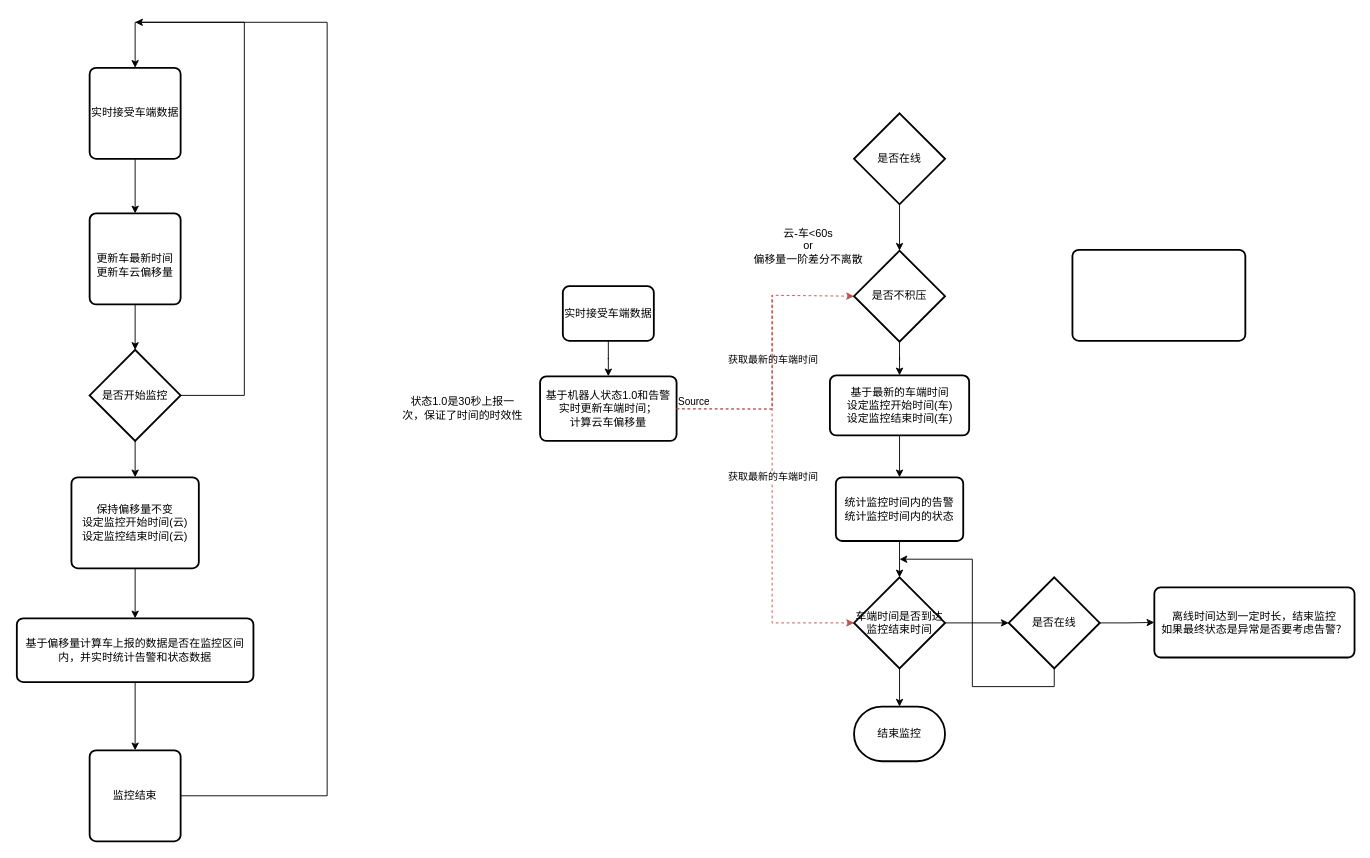
Before: 监控流程图.drawio in stgztsw/diagrams, a draw.io diagram. Source tidied: cells renumbered, new cells numbered last; positions are measured from the earlier drawing's top-left corner, leaving out a move shared by most shapes. Both pictures are drawn from the tidied source at 91%, with x=0, y=0 at pixel (16, 22).
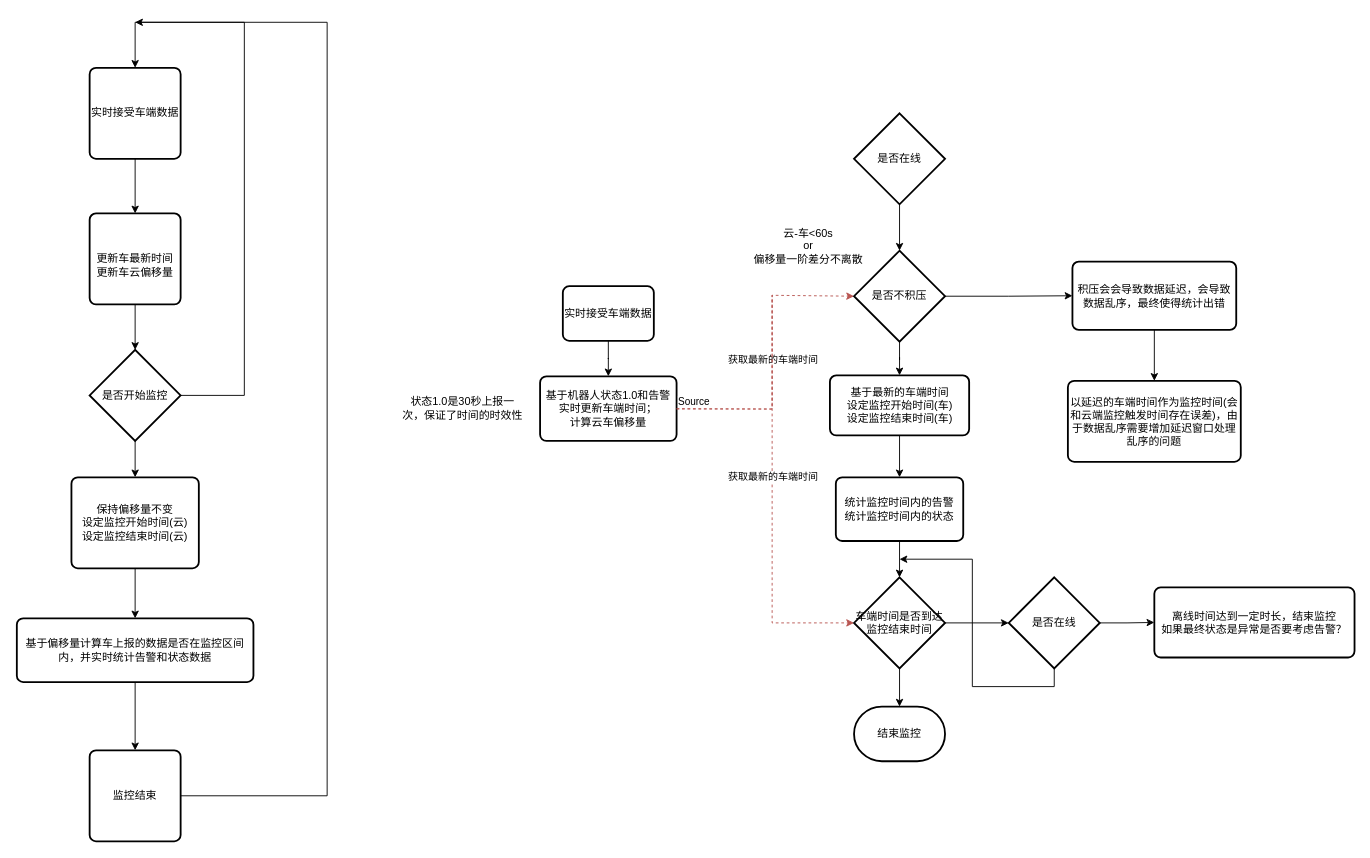
After the change.

Commit message:
更新监控流程图.drawio

The change refers to these unchanged cells:
```xml
<mxCell id="25" value="是否不积压" style="strokeWidth=2;html=1;shape=mxgraph.flowchart.decision;whiteSpace=wrap;" parent="1" vertex="1">
  <mxGeometry x="920" y="251" width="100" height="100" as="geometry" />
</mxCell>
```

Diff of the diagram source:
```diff
@@
+    <mxCell id="43" style="edgeStyle=orthogonalEdgeStyle;rounded=0;jettySize=auto;html=1;exitX=1;exitY=0.5;exitDx=0;exitDy=0;exitPerimeter=0;" parent="1" edge="1" source="25" target="42">
+      <mxGeometry relative="1" as="geometry" />
+    </mxCell>
@@
+    <mxCell id="44" style="edgeStyle=orthogonalEdgeStyle;rounded=0;jettySize=auto;html=1;entryX=0.5;entryY=0;entryDx=0;entryDy=0;" parent="1" edge="1" source="42" target="45">
+      <mxGeometry relative="1" as="geometry" />
+    </mxCell>
-    <mxCell id="42" style="rounded=1;whiteSpace=wrap;html=1;absoluteArcSize=1;arcSize=14;strokeWidth=2;" parent="1" vertex="1">
-      <mxGeometry x="1160" y="250" width="190" height="100" as="geometry" />
+    <mxCell id="42" value="积压会会导致数据延迟，会导致数据乱序，最终使得统计出错" style="rounded=1;whiteSpace=wrap;html=1;absoluteArcSize=1;arcSize=14;strokeWidth=2;" parent="1" vertex="1">
+      <mxGeometry x="1160" y="263" width="180" height="75" as="geometry" />
     </mxCell>
+    <mxCell id="45" value="以延迟的车端时间作为监控时间(会和云端监控触发时间存在误差)，由于数据乱序需要增加延迟窗口处理乱序的问题" style="rounded=1;whiteSpace=wrap;html=1;absoluteArcSize=1;arcSize=14;strokeWidth=2;" parent="1" vertex="1">
+      <mxGeometry x="1155" y="394" width="190" height="89" as="geometry" />
+    </mxCell>
```
